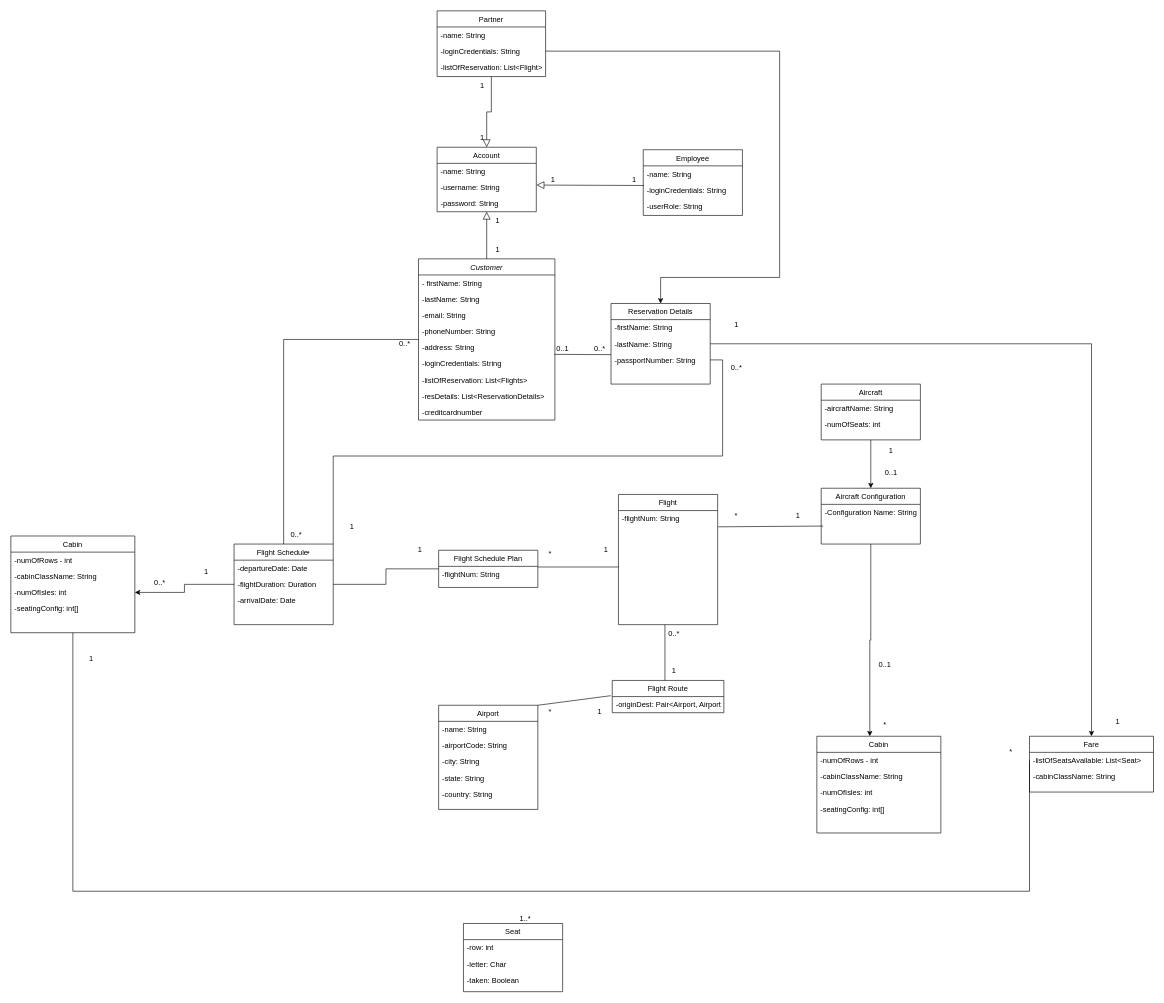
The draw.io diagram ENTITY CLASS DIAGRAM.drawio in glennquah/Flight-Enterprise-System, before the edit. Source tidied: cells renumbered, new cells numbered last; positions are measured from the earlier drawing's top-left corner, leaving out a move shared by most shapes. Both pictures are drawn from the tidied source at 62%, with x=0, y=0 at pixel (11, 11).
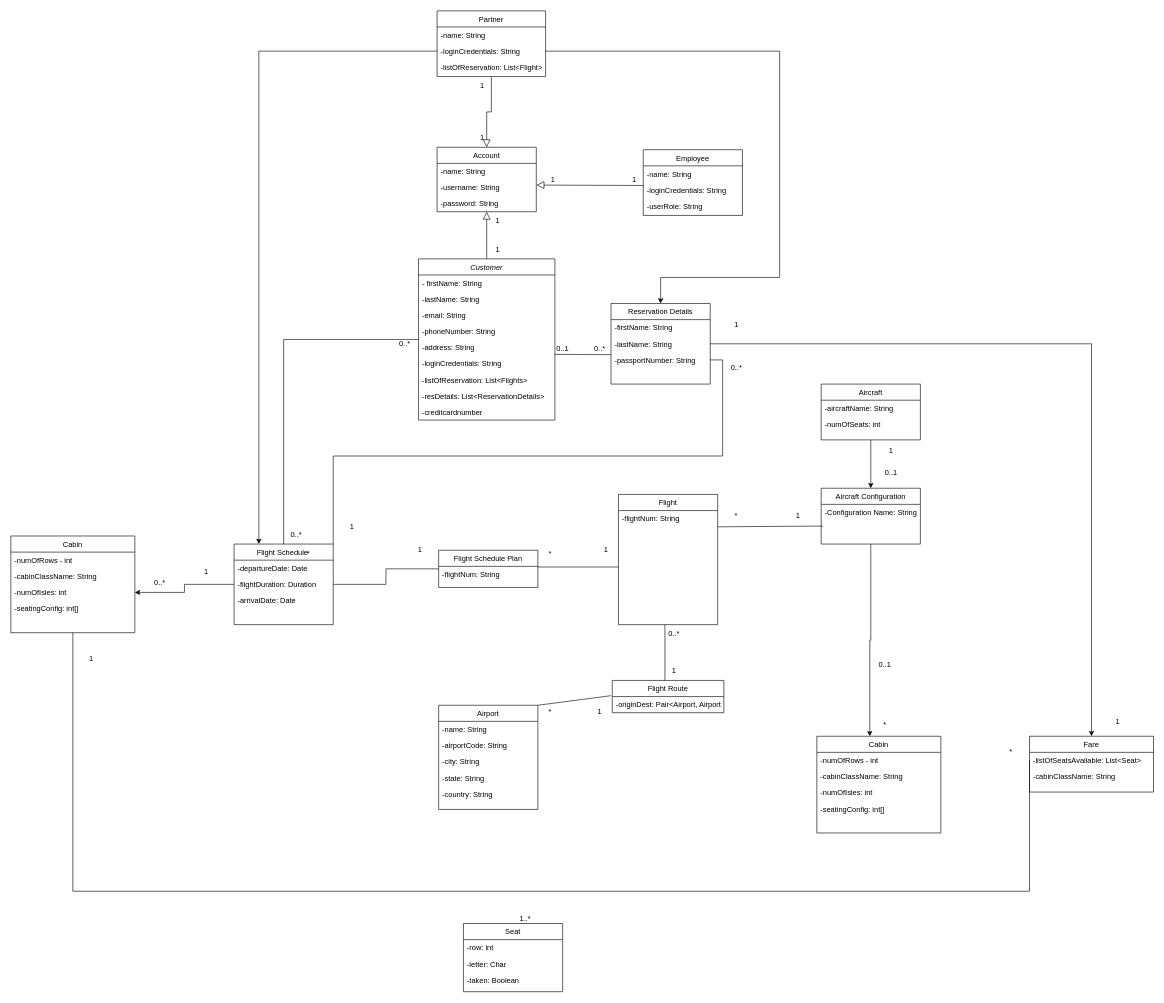
The same diagram, later.

The change refers to these unchanged cells:
```xml
<mxCell id="59" value="-loginCredentials: String" style="text;align=left;verticalAlign=top;spacingLeft=4;spacingRight=4;overflow=hidden;points=[[0,0.5],[1,0.5]];portConstraint=eastwest;rounded=0;shadow=0;html=0;" parent="57" vertex="1">
  <mxGeometry y="52" width="175" height="26" as="geometry" />
</mxCell>
<mxCell id="81" value="Flight Schedule " style="swimlane;fontStyle=0;align=center;verticalAlign=top;horizontal=1;startSize=26;rounded=0;shadow=0;strokeWidth=1;" parent="1" vertex="1">
  <mxGeometry x="360" y="860" width="160" height="130" as="geometry" />
</mxCell>
```

Diff of the diagram source:
```diff
@@
+    <mxCell id="116" style="edgeStyle=orthogonalEdgeStyle;rounded=0;jettySize=auto;html=1;entryX=0.25;entryY=0;entryDx=0;entryDy=0;" parent="1" edge="1" source="59" target="81">
+      <mxGeometry relative="1" as="geometry" />
+    </mxCell>
```
